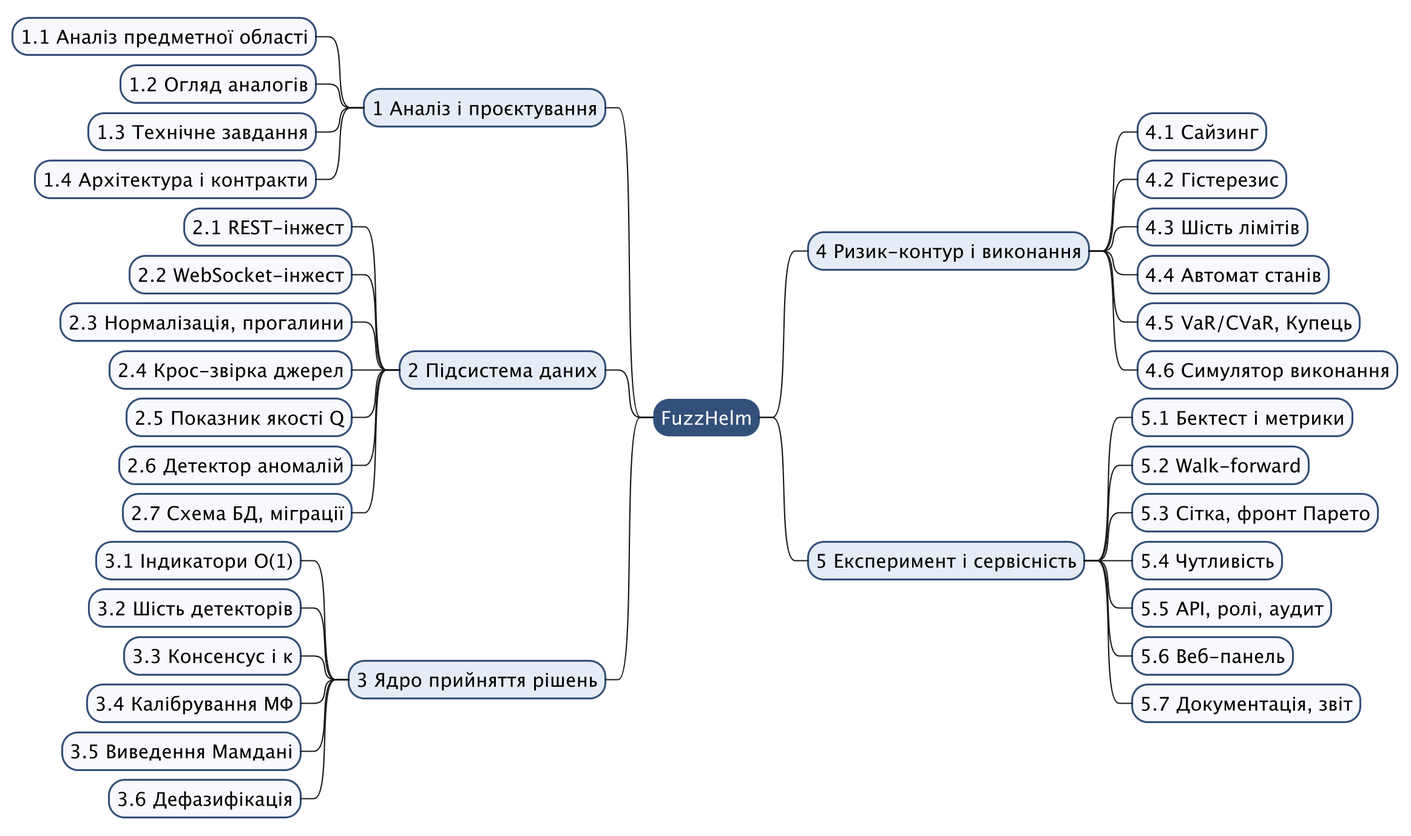
This is docs/diagrams/wbs.png from AndrZhuk/FuzzHelm, a PlantUML export, as it was before one commit.
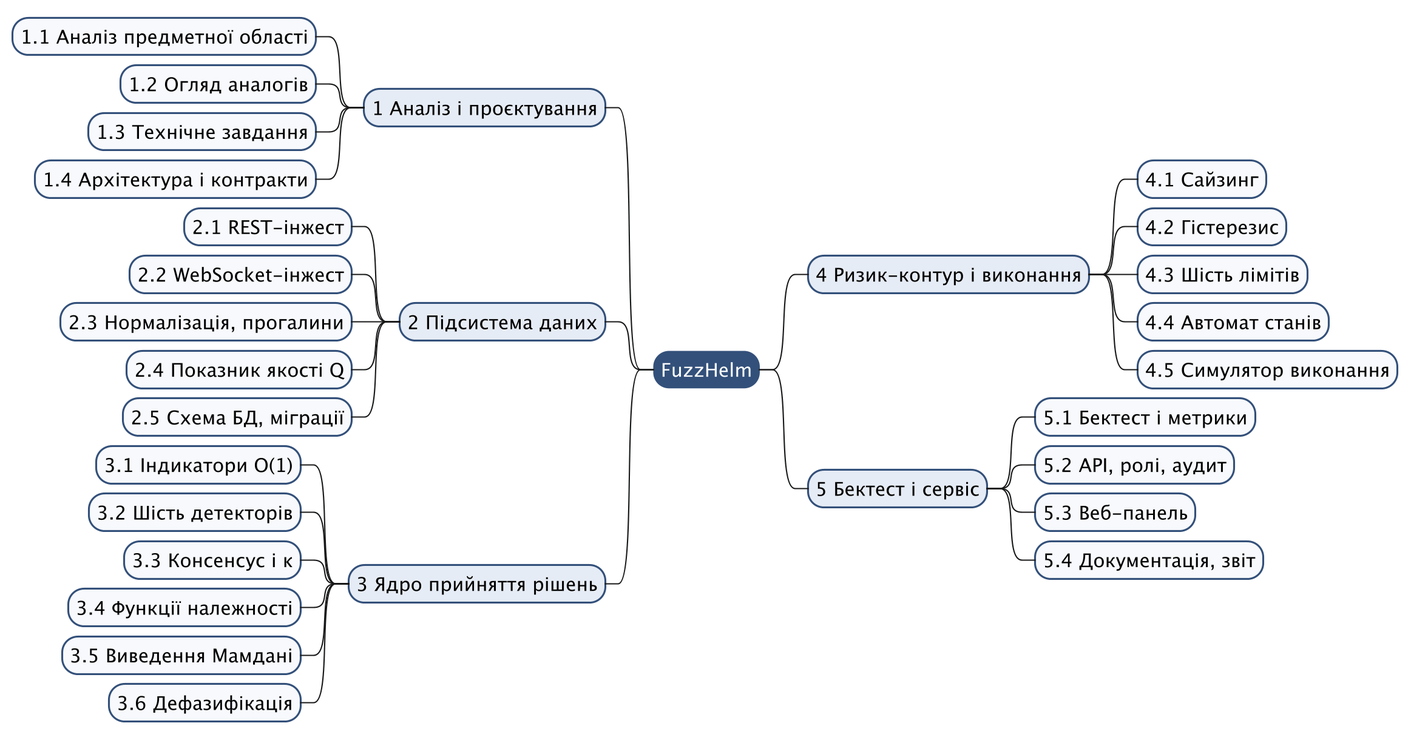
The same file after the commit.

What changed in the source:
```diff
@@ -19,15 +19,13 @@
 --- 2.1 REST-інжест
 --- 2.2 WebSocket-інжест
 --- 2.3 Нормалізація, прогалини
---- 2.4 Крос-звірка джерел
---- 2.5 Показник якості Q
---- 2.6 Детектор аномалій
---- 2.7 Схема БД, міграції
+--- 2.4 Показник якості Q
+--- 2.5 Схема БД, міграції
 -- 3 Ядро прийняття рішень
 --- 3.1 Індикатори O(1)
 --- 3.2 Шість детекторів
 --- 3.3 Консенсус і κ
---- 3.4 Калібрування МФ
+--- 3.4 Функції належності
 --- 3.5 Виведення Мамдані
 --- 3.6 Дефазифікація
 ** 4 Ризик-контур і виконання
@@ -35,14 +33,10 @@
 *** 4.2 Гістерезис
 *** 4.3 Шість лімітів
 *** 4.4 Автомат станів
-*** 4.5 VaR/CVaR, Купець
-*** 4.6 Симулятор виконання
-** 5 Експеримент і сервісність
+*** 4.5 Симулятор виконання
+** 5 Бектест і сервіс
 *** 5.1 Бектест і метрики
-*** 5.2 Walk-forward
-*** 5.3 Сітка, фронт Парето
-*** 5.4 Чутливість
-*** 5.5 API, ролі, аудит
-*** 5.6 Веб-панель
-*** 5.7 Документація, звіт
+*** 5.2 API, ролі, аудит
+*** 5.3 Веб-панель
+*** 5.4 Документація, звіт
 @endmindmap
```
